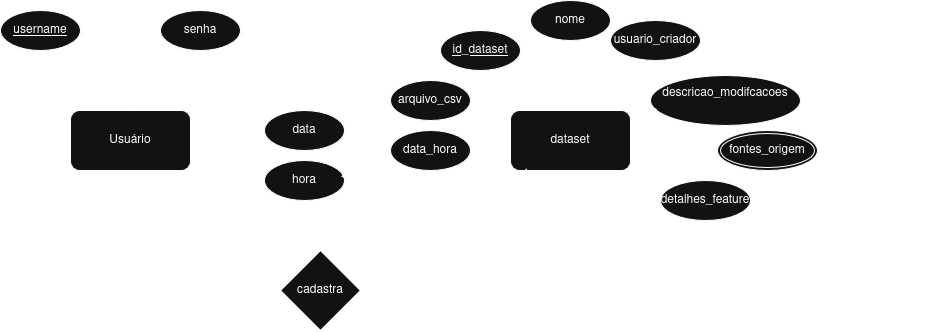
Earlier version of the draw.io export docs/Diagrama_ER_ProjetoFeatureStore.png (NicohOliveira/db-project-feature-store). Source tidied: cells renumbered, new cells last; positions are measured from the earlier drawing's top-left corner, leaving out a move shared by most shapes.
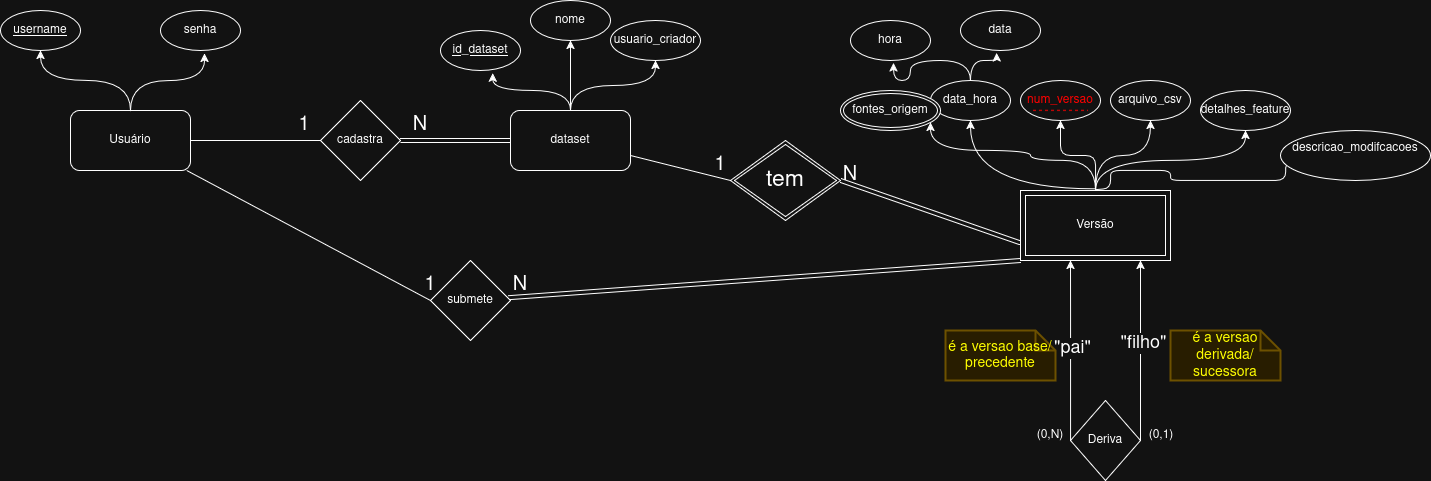
Above is the later version.

Commit message:
docs: refatoração criando entidade fraca Versao para modelar o historico temporal

separação dos dados utilizando o conceito de Entidade Fraca para evitar redundância.
- implementação de auto-relacionamento na entidade 'Versão' (0,N para 0,1) para suportar rastreabilidade.
- adição do relacionamento 'submete' (1:N) entre Usuário e Versão para rastrear autoria.

Change to the diagram source:
```diff
@@ -8,6 +8,9 @@
     <mxCell id="3" style="rounded=0;jettySize=auto;html=1;elbow=vertical;entryX=0;entryY=0.5;entryDx=0;entryDy=0;endArrow=none;endFill=0;" parent="1" edge="1" source="4" target="30">
       <mxGeometry relative="1" as="geometry" />
     </mxCell>
+    <mxCell id="34" style="rounded=0;jettySize=auto;html=1;entryX=0;entryY=0.5;entryDx=0;entryDy=0;endArrow=none;endFill=0;" parent="1" edge="1" source="4" target="59">
+      <mxGeometry relative="1" as="geometry" />
+    </mxCell>
     <mxCell id="4" value="Usuário" style="rounded=1;whiteSpace=wrap;html=1;" parent="1" vertex="1">
       <mxGeometry x="70" y="110" width="120" height="60" as="geometry" />
     </mxCell>
@@ -23,18 +26,6 @@
     <mxCell id="8" style="edgeStyle=orthogonalEdgeStyle;rounded=0;jettySize=auto;html=1;entryX=0.5;entryY=1;entryDx=0;entryDy=0;curved=1;" parent="1" edge="1" source="13" target="17">
       <mxGeometry relative="1" as="geometry" />
     </mxCell>
-    <mxCell id="9" style="edgeStyle=orthogonalEdgeStyle;rounded=0;jettySize=auto;html=1;entryX=1;entryY=0.5;entryDx=0;entryDy=0;curved=1;" parent="1" edge="1" source="13" target="19">
-      <mxGeometry relative="1" as="geometry" />
-    </mxCell>
-    <mxCell id="10" style="edgeStyle=orthogonalEdgeStyle;rounded=0;jettySize=auto;html=1;entryX=1;entryY=0.5;entryDx=0;entryDy=0;curved=1;" parent="1" edge="1" source="13" target="21">
-      <mxGeometry relative="1" as="geometry" />
-    </mxCell>
-    <mxCell id="11" style="edgeStyle=orthogonalEdgeStyle;rounded=0;jettySize=auto;html=1;curved=1;" parent="1" edge="1" source="13" target="27">
-      <mxGeometry relative="1" as="geometry" />
-    </mxCell>
-    <mxCell id="12" style="edgeStyle=orthogonalEdgeStyle;rounded=0;jettySize=auto;html=1;entryX=0;entryY=0.5;entryDx=0;entryDy=0;curved=1;" parent="1" edge="1" source="13" target="28">
-      <mxGeometry relative="1" as="geometry" />
-    </mxCell>
     <mxCell id="13" value="dataset" style="rounded=1;whiteSpace=wrap;html=1;" parent="1" vertex="1">
       <mxGeometry x="510" y="110" width="120" height="60" as="geometry" />
     </mxCell>
@@ -54,49 +45,155 @@
       <mxGeometry x="610" y="20" width="90" height="40" as="geometry" />
     </mxCell>
     <mxCell id="19" value="arquivo_csv" style="ellipse;whiteSpace=wrap;html=1;fontStyle=0;" parent="1" vertex="1">
-      <mxGeometry x="390" y="80" width="80" height="40" as="geometry" />
+      <mxGeometry x="1110" y="80" width="80" height="40" as="geometry" />
     </mxCell>
-    <mxCell id="20" style="edgeStyle=orthogonalEdgeStyle;rounded=0;jettySize=auto;html=1;curved=1;" parent="1" edge="1" source="21" target="22">
-      <mxGeometry relative="1" as="geometry" />
-    </mxCell>
     <mxCell id="21" value="data_hora" style="ellipse;whiteSpace=wrap;html=1;fontStyle=0;" parent="1" vertex="1">
-      <mxGeometry x="390" y="130" width="80" height="40" as="geometry" />
+      <mxGeometry x="930" y="80" width="80" height="40" as="geometry" />
     </mxCell>
     <mxCell id="22" value="data" style="ellipse;whiteSpace=wrap;html=1;fontStyle=0;" parent="1" vertex="1">
-      <mxGeometry x="264" y="110" width="80" height="40" as="geometry" />
+      <mxGeometry x="960" y="10" width="80" height="40" as="geometry" />
     </mxCell>
     <mxCell id="23" value="hora" style="ellipse;whiteSpace=wrap;html=1;fontStyle=0;" parent="1" vertex="1">
-      <mxGeometry x="264" y="160" width="80" height="40" as="geometry" />
+      <mxGeometry x="850" y="20" width="80" height="40" as="geometry" />
     </mxCell>
-    <mxCell id="24" style="edgeStyle=orthogonalEdgeStyle;rounded=0;jettySize=auto;html=1;entryX=0.956;entryY=0.396;entryDx=0;entryDy=0;entryPerimeter=0;curved=1;" parent="1" edge="1" source="21" target="23">
-      <mxGeometry relative="1" as="geometry" />
-    </mxCell>
-    <mxCell id="25" value="&lt;div&gt;descricao_modifcacoes&lt;/div&gt;&lt;div&gt;&lt;br&gt;&lt;/div&gt;" style="ellipse;whiteSpace=wrap;html=1;fontStyle=0;" parent="1" vertex="1">
-      <mxGeometry x="650" y="75" width="150" height="50" as="geometry" />
-    </mxCell>
-    <mxCell id="26" style="edgeStyle=orthogonalEdgeStyle;rounded=0;jettySize=auto;html=1;entryX=0.046;entryY=0.677;entryDx=0;entryDy=0;entryPerimeter=0;curved=1;" parent="1" edge="1" source="13" target="25">
-      <mxGeometry relative="1" as="geometry" />
-    </mxCell>
-    <mxCell id="27" value="fontes_origem" style="ellipse;shape=doubleEllipse;margin=3;whiteSpace=wrap;html=1;align=center;" parent="1" vertex="1">
-      <mxGeometry x="717" y="130" width="100" height="40" as="geometry" />
-    </mxCell>
-    <mxCell id="28" value="detalhes_feature" style="ellipse;whiteSpace=wrap;html=1;fontStyle=0;" parent="1" vertex="1">
-      <mxGeometry x="660" y="180" width="90" height="40" as="geometry" />
-    </mxCell>
-    <mxCell id="29" value="Provavelmente os atributos da esquerda e direita vao pra uma nova entidade pra versao, mas por enquanto fica assim" style="text;html=1;whiteSpace=wrap;strokeColor=none;fillColor=none;align=center;verticalAlign=middle;rounded=0;" parent="1" vertex="1">
-      <mxGeometry x="800" y="30" width="150" height="30" as="geometry" />
-    </mxCell>
     <mxCell id="30" value="cadastra" style="rhombus;whiteSpace=wrap;html=1;" parent="1" vertex="1">
-      <mxGeometry x="280" y="250" width="80" height="80" as="geometry" />
+      <mxGeometry x="320" y="100" width="80" height="80" as="geometry" />
     </mxCell>
     <mxCell id="31" value="1" style="text;html=1;whiteSpace=wrap;strokeColor=none;fillColor=none;align=center;verticalAlign=middle;rounded=0;fontSize=20;" parent="1" vertex="1">
-      <mxGeometry x="250" y="260" width="60" height="30" as="geometry" />
+      <mxGeometry x="274" y="110" width="60" height="30" as="geometry" />
     </mxCell>
     <mxCell id="32" value="N" style="text;html=1;whiteSpace=wrap;strokeColor=none;fillColor=none;align=center;verticalAlign=middle;rounded=0;fontSize=20;" parent="1" vertex="1">
-      <mxGeometry x="330" y="260" width="60" height="30" as="geometry" />
+      <mxGeometry x="390" y="110" width="60" height="30" as="geometry" />
     </mxCell>
     <mxCell id="33" style="rounded=0;jettySize=auto;html=1;entryX=1;entryY=0.5;entryDx=0;entryDy=0;shape=link;" parent="1" edge="1" source="13" target="30">
       <mxGeometry relative="1" as="geometry" />
     </mxCell>
+    <mxCell id="35" style="edgeStyle=orthogonalEdgeStyle;rounded=0;jettySize=auto;html=1;curved=1;exitX=0.497;exitY=-0.022;exitDx=0;exitDy=0;exitPerimeter=0;" parent="1" edge="1" source="41" target="21">
+      <mxGeometry relative="1" as="geometry" />
+    </mxCell>
+    <mxCell id="36" style="edgeStyle=orthogonalEdgeStyle;rounded=0;jettySize=auto;html=1;entryX=0.5;entryY=1;entryDx=0;entryDy=0;curved=1;" parent="1" edge="1" source="41" target="19">
+      <mxGeometry relative="1" as="geometry" />
+    </mxCell>
+    <mxCell id="37" style="edgeStyle=orthogonalEdgeStyle;rounded=0;jettySize=auto;html=1;exitX=0.5;exitY=0;exitDx=0;exitDy=0;entryX=0.5;entryY=1;entryDx=0;entryDy=0;curved=1;" parent="1" edge="1" source="41" target="28">
+      <mxGeometry relative="1" as="geometry" />
+    </mxCell>
+    <mxCell id="38" style="edgeStyle=orthogonalEdgeStyle;rounded=0;jettySize=auto;html=1;curved=1;" parent="1" edge="1" source="41" target="27">
+      <mxGeometry relative="1" as="geometry">
+        <Array as="points">
+          <mxPoint x="1095" y="160" />
+          <mxPoint x="1030" y="160" />
+          <mxPoint x="1030" y="150" />
+          <mxPoint x="930" y="150" />
+        </Array>
+      </mxGeometry>
+    </mxCell>
+    <mxCell id="39" style="edgeStyle=orthogonalEdgeStyle;rounded=1;jettySize=auto;html=1;entryX=0.5;entryY=1;entryDx=0;entryDy=0;curved=0;" parent="1" edge="1" source="41" target="42">
+      <mxGeometry relative="1" as="geometry" />
+    </mxCell>
+    <mxCell id="40" style="edgeStyle=orthogonalEdgeStyle;rounded=1;jettySize=auto;html=1;entryX=0.164;entryY=0.852;entryDx=0;entryDy=0;entryPerimeter=0;curved=0;exitX=0.501;exitY=-0.011;exitDx=0;exitDy=0;exitPerimeter=0;" parent="1" edge="1" source="41" target="25">
+      <mxGeometry relative="1" as="geometry">
+        <Array as="points">
+          <mxPoint x="1095" y="188" />
+          <mxPoint x="1110" y="188" />
+          <mxPoint x="1110" y="170" />
+          <mxPoint x="1170" y="170" />
+          <mxPoint x="1170" y="180" />
+          <mxPoint x="1285" y="180" />
+          <mxPoint x="1285" y="163" />
+        </Array>
+      </mxGeometry>
+    </mxCell>
+    <mxCell id="41" value="Versão" style="shape=ext;margin=3;double=1;whiteSpace=wrap;html=1;align=center;" parent="1" vertex="1">
+      <mxGeometry x="1020" y="190" width="150" height="70" as="geometry" />
+    </mxCell>
+    <mxCell id="24" style="edgeStyle=orthogonalEdgeStyle;rounded=0;jettySize=auto;html=1;entryX=0.538;entryY=1.059;entryDx=0;entryDy=0;entryPerimeter=0;curved=1;" parent="1" edge="1" source="21" target="23">
+      <mxGeometry relative="1" as="geometry" />
+    </mxCell>
+    <mxCell id="20" style="edgeStyle=orthogonalEdgeStyle;rounded=0;jettySize=auto;html=1;entryX=0.451;entryY=1.059;entryDx=0;entryDy=0;entryPerimeter=0;curved=1;" parent="1" edge="1" source="21" target="22">
+      <mxGeometry relative="1" as="geometry" />
+    </mxCell>
+    <mxCell id="28" value="detalhes_feature" style="ellipse;whiteSpace=wrap;html=1;fontStyle=0;" parent="1" vertex="1">
+      <mxGeometry x="1200" y="90" width="90" height="40" as="geometry" />
+    </mxCell>
+    <mxCell id="27" value="fontes_origem" style="ellipse;shape=doubleEllipse;margin=3;whiteSpace=wrap;html=1;align=center;" parent="1" vertex="1">
+      <mxGeometry x="840" y="90" width="100" height="40" as="geometry" />
+    </mxCell>
+    <mxCell id="42" value="num_versao" style="ellipse;whiteSpace=wrap;html=1;fontStyle=0;fontColor=light-dark(#000000,#FF0000);" parent="1" vertex="1">
+      <mxGeometry x="1020" y="80" width="80" height="40" as="geometry" />
+    </mxCell>
+    <mxCell id="43" style="endArrow=none;html=1;rounded=0;dashed=1;fontColor=light-dark(#000000,#CC0000);fillColor=#a20025;strokeColor=light-dark(#6F0000,#FF0000);" parent="1" edge="1">
+      <mxGeometry relative="1" as="geometry">
+        <mxPoint x="1032.5" y="109.8" as="sourcePoint" />
+        <mxPoint x="1087.5" y="109.8" as="targetPoint" />
+      </mxGeometry>
+    </mxCell>
+    <mxCell id="25" value="&lt;div&gt;descricao_modifcacoes&lt;/div&gt;&lt;div&gt;&lt;br&gt;&lt;/div&gt;" style="ellipse;whiteSpace=wrap;html=1;fontStyle=0;" parent="1" vertex="1">
+      <mxGeometry x="1280" y="130" width="150" height="50" as="geometry" />
+    </mxCell>
+    <mxCell id="44" style="rounded=0;jettySize=auto;html=1;entryX=0;entryY=0.75;entryDx=0;entryDy=0;endArrow=none;endFill=0;shape=link;exitX=1;exitY=0.5;exitDx=0;exitDy=0;" parent="1" edge="1" source="45" target="41">
+      <mxGeometry relative="1" as="geometry" />
+    </mxCell>
+    <mxCell id="45" value="&lt;font style=&quot;font-size: 23px;&quot;&gt;tem&lt;/font&gt;" style="shape=rhombus;double=1;perimeter=rhombusPerimeter;whiteSpace=wrap;html=1;align=center;" parent="1" vertex="1">
+      <mxGeometry x="730" y="140" width="110" height="80" as="geometry" />
+    </mxCell>
+    <mxCell id="46" style="rounded=0;jettySize=auto;html=1;entryX=0;entryY=0.5;entryDx=0;entryDy=0;endArrow=none;endFill=0;" parent="1" edge="1" source="13" target="45">
+      <mxGeometry relative="1" as="geometry" />
+    </mxCell>
+    <mxCell id="47" value="1" style="text;html=1;whiteSpace=wrap;strokeColor=none;fillColor=none;align=center;verticalAlign=middle;rounded=0;fontSize=20;" parent="1" vertex="1">
+      <mxGeometry x="690" y="150" width="60" height="30" as="geometry" />
+    </mxCell>
+    <mxCell id="48" value="N" style="text;html=1;whiteSpace=wrap;strokeColor=none;fillColor=none;align=center;verticalAlign=middle;rounded=0;fontSize=20;" parent="1" vertex="1">
+      <mxGeometry x="820" y="160" width="60" height="30" as="geometry" />
+    </mxCell>
+    <mxCell id="49" value="Deriva" style="rhombus;whiteSpace=wrap;html=1;" parent="1" vertex="1">
+      <mxGeometry x="1070" y="400" width="70" height="80" as="geometry" />
+    </mxCell>
+    <mxCell id="50" style="edgeStyle=orthogonalEdgeStyle;rounded=0;jettySize=auto;html=1;entryX=0.333;entryY=1;entryDx=0;entryDy=0;entryPerimeter=0;exitX=0;exitY=0.5;exitDx=0;exitDy=0;" parent="1" edge="1" source="49" target="41">
+      <mxGeometry relative="1" as="geometry">
+        <Array as="points">
+          <mxPoint x="1070" y="310" />
+          <mxPoint x="1070" y="310" />
+        </Array>
+      </mxGeometry>
+    </mxCell>
+    <mxCell id="51" value="&quot;pai&quot;" style="edgeLabel;html=1;align=center;verticalAlign=middle;fontSize=18;" parent="50" vertex="1">
+      <mxGeometry x="0.02" y="-1" relative="1" as="geometry" />
+    </mxCell>
+    <mxCell id="52" style="edgeStyle=orthogonalEdgeStyle;rounded=0;jettySize=auto;html=1;entryX=0.8;entryY=1;entryDx=0;entryDy=0;entryPerimeter=0;exitX=1;exitY=0.5;exitDx=0;exitDy=0;" parent="1" edge="1" source="49">
+      <mxGeometry relative="1" as="geometry">
+        <mxPoint x="1140" y="260" as="targetPoint" />
+        <Array as="points">
+          <mxPoint x="1140" y="310" />
+          <mxPoint x="1140" y="310" />
+        </Array>
+      </mxGeometry>
+    </mxCell>
+    <mxCell id="53" value="&lt;font style=&quot;font-size: 18px;&quot;&gt;&quot;filho&quot;&lt;/font&gt;" style="edgeLabel;html=1;align=center;verticalAlign=middle;" parent="52" vertex="1">
+      <mxGeometry x="0.08" y="-2" relative="1" as="geometry" />
+    </mxCell>
+    <mxCell id="54" value="(0,1)" style="text;html=1;whiteSpace=wrap;strokeColor=none;fillColor=none;align=center;verticalAlign=middle;rounded=0;" parent="1" vertex="1">
+      <mxGeometry x="1131" y="420" width="60" height="30" as="geometry" />
+    </mxCell>
+    <mxCell id="55" value="(0,N)" style="text;html=1;whiteSpace=wrap;strokeColor=none;fillColor=none;align=center;verticalAlign=middle;rounded=0;" parent="1" vertex="1">
+      <mxGeometry x="1020" y="420" width="60" height="30" as="geometry" />
+    </mxCell>
+    <mxCell id="56" value="&lt;span style=&quot;color: light-dark(rgb(0, 0, 0), rgb(255, 255, 0));&quot;&gt;é a versao base/precedente&lt;/span&gt;" style="shape=note;strokeWidth=2;fontSize=14;size=20;whiteSpace=wrap;html=1;fillColor=#fff2cc;strokeColor=#d6b656;fontColor=#666600;" parent="1" vertex="1">
+      <mxGeometry x="945" y="330" width="110" height="50" as="geometry" />
+    </mxCell>
+    <mxCell id="57" value="&lt;span style=&quot;color: light-dark(rgb(0, 0, 0), rgb(255, 255, 0));&quot;&gt;é a versao derivada/sucessora&lt;/span&gt;" style="shape=note;strokeWidth=2;fontSize=14;size=20;whiteSpace=wrap;html=1;fillColor=#fff2cc;strokeColor=#d6b656;fontColor=#666600;" parent="1" vertex="1">
+      <mxGeometry x="1170" y="330" width="110" height="50" as="geometry" />
+    </mxCell>
+    <mxCell id="58" style="rounded=0;jettySize=auto;html=1;entryX=0;entryY=1;entryDx=0;entryDy=0;endArrow=none;endFill=0;shape=link;" parent="1" edge="1" source="59" target="41">
+      <mxGeometry relative="1" as="geometry" />
+    </mxCell>
+    <mxCell id="59" value="submete" style="rhombus;whiteSpace=wrap;html=1;" parent="1" vertex="1">
+      <mxGeometry x="430" y="260" width="80" height="80" as="geometry" />
+    </mxCell>
+    <mxCell id="60" value="1" style="text;html=1;whiteSpace=wrap;strokeColor=none;fillColor=none;align=center;verticalAlign=middle;rounded=0;fontSize=20;" parent="1" vertex="1">
+      <mxGeometry x="400" y="270" width="60" height="30" as="geometry" />
+    </mxCell>
+    <mxCell id="61" value="N" style="text;html=1;whiteSpace=wrap;strokeColor=none;fillColor=none;align=center;verticalAlign=middle;rounded=0;fontSize=20;" parent="1" vertex="1">
+      <mxGeometry x="490" y="270" width="60" height="30" as="geometry" />
+    </mxCell>
   </root>
 </mxGraphModel>
```
